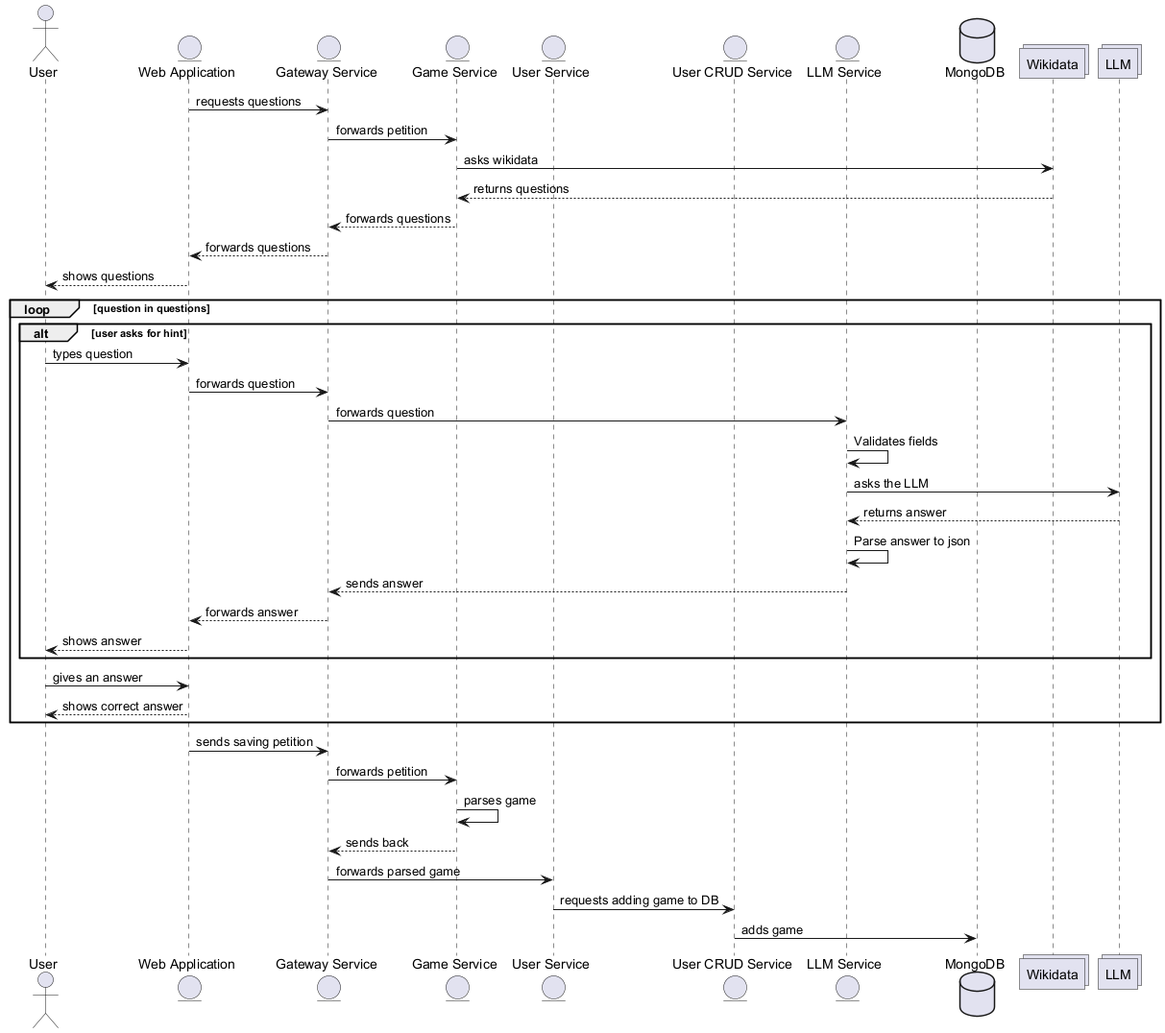
Before: images/Game diagram.png, a diagram exported from PlantUML (Arquisoft/wichat_en2b). Its diagram source:
```plantuml
@startuml
actor User
entity WA as "Web Application"
entity GS as "Gateway Service"
entity game as "Game Service"
entity US as "User Service"
entity CRUD as "User CRUD Service"
entity LS as "LLM Service"
database DB as "MongoDB"
collections WD as "Wikidata"
collections LLM

WA -> GS : requests questions
GS -> game : forwards petition
game -> WD : asks wikidata
game <-- WD : returns questions
GS <-- game : forwards questions
WA <-- GS : forwards questions
User <-- WA : shows questions

loop question in questions

    alt user asks for hint
        User -> WA : types question
        WA -> GS : forwards question
        GS -> LS : forwards question
        LS -> LS : Validates fields
        LS -> LLM : asks the LLM

        LS <-- LLM : returns answer
        LS -> LS : Parse answer to json
        GS <-- LS : sends answer
        WA <-- GS : forwards answer
        User <-- WA : shows answer
    end

    User -> WA : gives an answer
    User <-- WA : shows correct answer
end

WA -> GS : sends saving petition
GS -> game : forwards petition
game -> game : parses game
game --> GS : sends back
GS -> US : forwards parsed game
US -> CRUD : requests adding game to DB
CRUD -> DB : adds game
@enduml
```
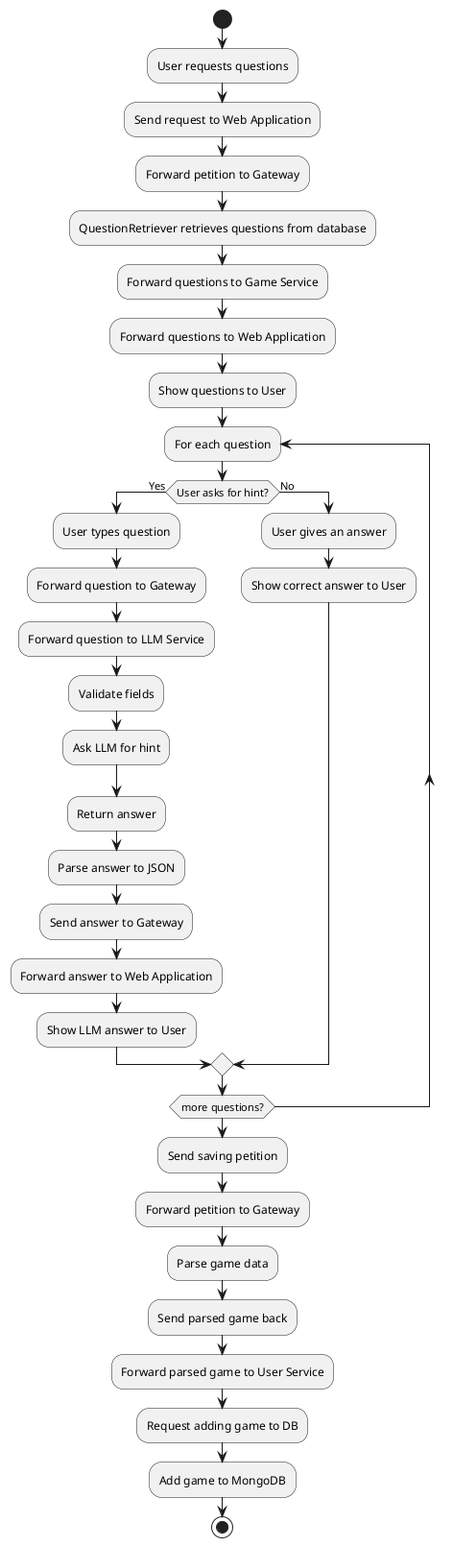
The same file after the commit.

The edit, as a diff of the source:
```diff
@@ -1,48 +1,40 @@
 @startuml
-actor User
-entity WA as "Web Application"
-entity GS as "Gateway Service"
-entity game as "Game Service"
-entity US as "User Service"
-entity CRUD as "User CRUD Service"
-entity LS as "LLM Service"
-database DB as "MongoDB"
-collections WD as "Wikidata"
-collections LLM
+start
 
-WA -> GS : requests questions
-GS -> game : forwards petition
-game -> WD : asks wikidata
-game <-- WD : returns questions
-GS <-- game : forwards questions
-WA <-- GS : forwards questions
-User <-- WA : shows questions
+:User requests questions;
+:Send request to Web Application;
+:Forward petition to Gateway;
+:QuestionRetriever retrieves questions from database;
+:Forward questions to Game Service;
+:Forward questions to Web Application;
+:Show questions to User;
 
-loop question in questions
+repeat :For each question;
 
-    alt user asks for hint
-        User -> WA : types question
-        WA -> GS : forwards question
-        GS -> LS : forwards question
-        LS -> LS : Validates fields
-        LS -> LLM : asks the LLM
+    if (User asks for hint?) then (Yes)
+        :User types question;
+        :Forward question to Gateway;
+        :Forward question to LLM Service;
+        :Validate fields;
+        :Ask LLM for hint;
+        :Return answer;
+        :Parse answer to JSON;
+        :Send answer to Gateway;
+        :Forward answer to Web Application;
+        :Show LLM answer to User;
+    else (No)
+        :User gives an answer;
+        :Show correct answer to User;
+    endif
+repeat while (more questions?)
 
-        LS <-- LLM : returns answer
-        LS -> LS : Parse answer to json
-        GS <-- LS : sends answer
-        WA <-- GS : forwards answer
-        User <-- WA : shows answer
-    end
+:Send saving petition;
+:Forward petition to Gateway;
+:Parse game data;
+:Send parsed game back;
+:Forward parsed game to User Service;
+:Request adding game to DB;
+:Add game to MongoDB;
 
-    User -> WA : gives an answer
-    User <-- WA : shows correct answer
-end
-
-WA -> GS : sends saving petition
-GS -> game : forwards petition
-game -> game : parses game
-game --> GS : sends back
-GS -> US : forwards parsed game
-US -> CRUD : requests adding game to DB
-CRUD -> DB : adds game
+stop
 @enduml
```
